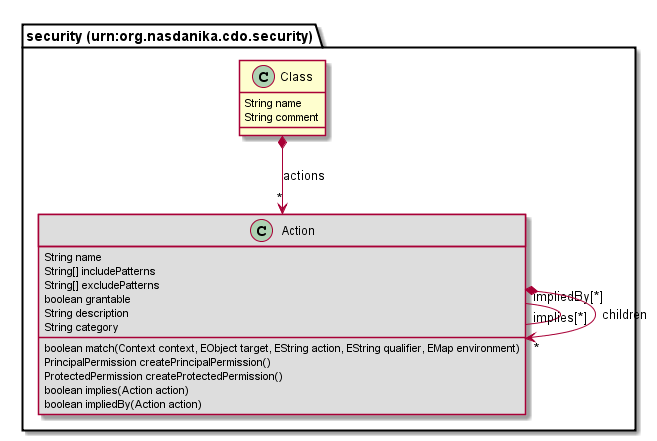
Earlier version of the PlantUML export org.nasdanika.cdo.security/site/resources/modeldoc/75726e3a6f72672e6e617364616e696b612e63646f2e7365637572697479/Class.png (Nasdanika/server).
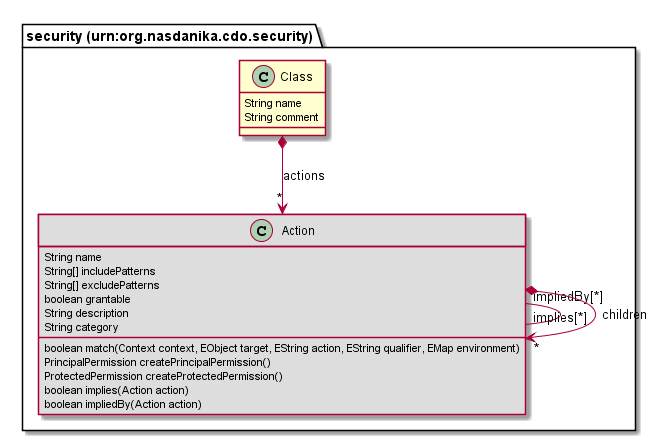
After the change.

The edit, as a diff of the source:
```diff
@@ -1,9 +1,9 @@
 @startuml
-class "security (urn:org.nasdanika.cdo.security).Class" [[#router/doc-content/75726e3a6f72672e6e617364616e696b612e63646f2e7365637572697479/Class.html]] {
+class "security (urn:org.nasdanika.cdo.security).Class" [[#router/doc-content/75726e3a6f72672e6e617364616e696b612e63646f2e7365637572697479/Class.html{Class corresponds to EClass and contains actions which can be performed on instances of the corresponding EClass..}]] {
 	String name
 	String comment
 }
-class "security (urn:org.nasdanika.cdo.security).Action" [[#router/doc-content/75726e3a6f72672e6e617364616e696b612e63646f2e7365637572697479/Action.html]] #DDDDDD {
+class "security (urn:org.nasdanika.cdo.security).Action" [[#router/doc-content/75726e3a6f72672e6e617364616e696b612e63646f2e7365637572697479/Action.html{Action defined for instances of given EClass}]] #DDDDDD {
 	String name
 	String[] includePatterns
 	String[] excludePatterns
@@ -16,7 +16,7 @@
 	boolean implies(Action action)
 	boolean impliedBy(Action action)
 }
+"security (urn:org.nasdanika.cdo.security).Class" *--> "*" "security (urn:org.nasdanika.cdo.security).Action" : actions
 "security (urn:org.nasdanika.cdo.security).Action" "impliedBy[*]" -- "implies[*]" "security (urn:org.nasdanika.cdo.security).Action"
 "security (urn:org.nasdanika.cdo.security).Action" *--> "*" "security (urn:org.nasdanika.cdo.security).Action" : children
-"security (urn:org.nasdanika.cdo.security).Class" *--> "*" "security (urn:org.nasdanika.cdo.security).Action" : actions
 @enduml
```
